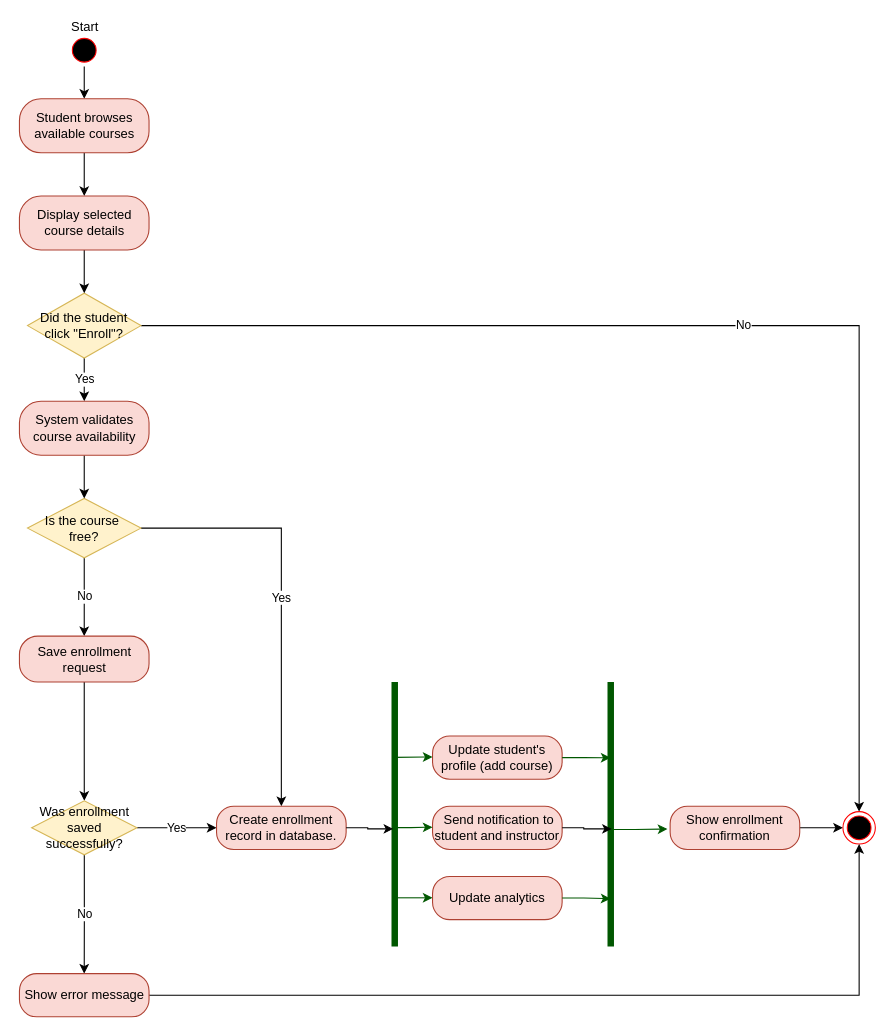
Earlier version of the draw.io diagram activity diagram.drawio (RodinaMohamed04/Lab6). Source tidied: cells renumbered, new cells numbered last; positions are measured from the earlier drawing's top-left corner, leaving out a move shared by most shapes. Both pictures are drawn from the tidied source at 108%, with x=0, y=0 at pixel (19, 33).
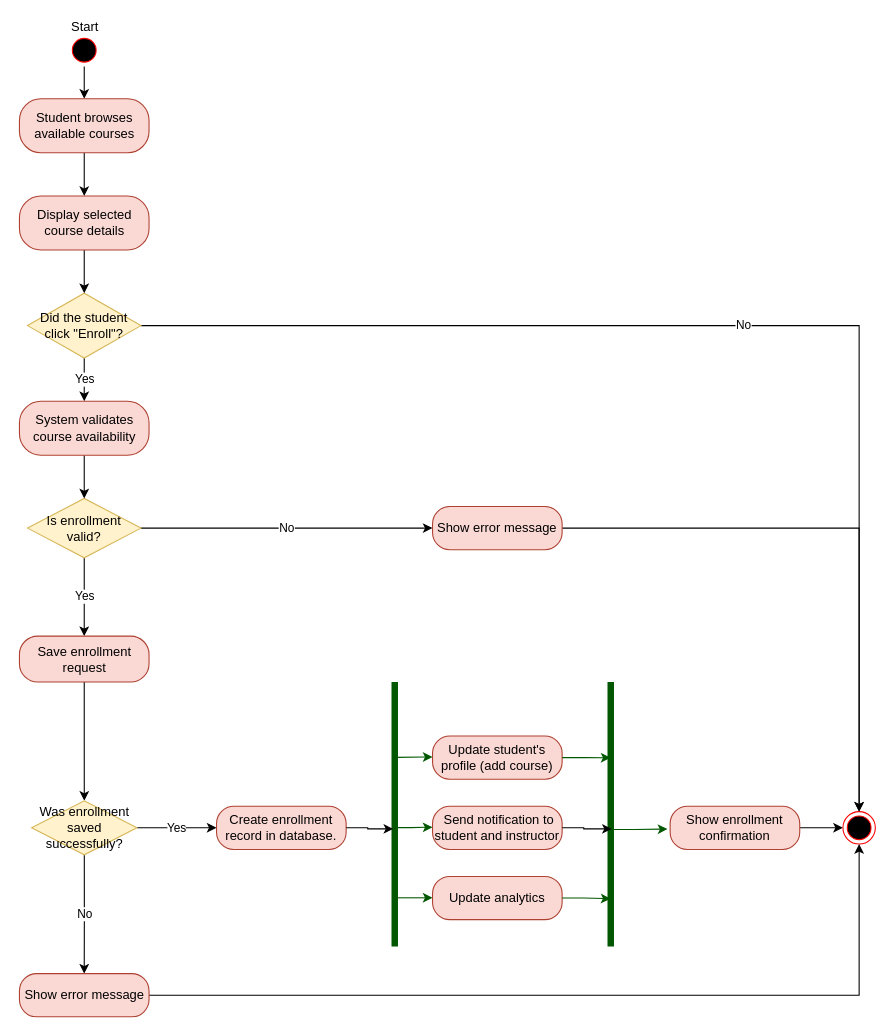
After the change.

Unchanged cells that the change refers to:
```xml
<mxCell id="21" value="Save enrollment request" style="rounded=1;whiteSpace=wrap;html=1;arcSize=40;fillColor=#fad9d5;strokeColor=#ae4132;" parent="1" vertex="1">
  <mxGeometry x="-0.5" y="557.5" width="120" height="42.5" as="geometry" />
</mxCell>
<mxCell id="25" value="Create enrollment record in database." style="rounded=1;whiteSpace=wrap;html=1;arcSize=40;fillColor=#fad9d5;strokeColor=#ae4132;" parent="1" vertex="1">
  <mxGeometry x="182" y="715" width="120" height="40" as="geometry" />
</mxCell>
<mxCell id="34" value="End" style="ellipse;html=1;shape=endState;fillColor=#000000;strokeColor=#ff0000;" parent="1" vertex="1">
  <mxGeometry x="762" y="720" width="30" height="30" as="geometry" />
</mxCell>
```

Diff of the diagram source:
```diff
@@
-    <mxCell id="10" value="No" style="edgeStyle=orthogonalEdgeStyle;rounded=0;jettySize=auto;html=1;exitX=1;exitY=0.5;exitDx=0;exitDy=0;entryX=0.5;entryY=0;entryDx=0;entryDy=0;" parent="1" edge="1" source="12" target="21">
+    <mxCell id="10" value="Yes" style="edgeStyle=orthogonalEdgeStyle;rounded=0;jettySize=auto;html=1;exitX=1;exitY=0.5;exitDx=0;exitDy=0;entryX=0.5;entryY=0;entryDx=0;entryDy=0;" parent="1" edge="1" source="12" target="21">
       <mxGeometry relative="1" as="geometry" />
     </mxCell>
-    <mxCell id="11" value="Yes" style="edgeStyle=orthogonalEdgeStyle;rounded=0;jettySize=auto;html=1;exitX=0.5;exitY=0;exitDx=0;exitDy=0;entryX=0.5;entryY=0;entryDx=0;entryDy=0;" parent="1" edge="1" source="12" target="25">
-      <mxGeometry relative="1" as="geometry" />
-    </mxCell>
+    <mxCell id="42" value="No" style="edgeStyle=orthogonalEdgeStyle;rounded=0;jettySize=auto;html=1;exitX=0.5;exitY=0;exitDx=0;exitDy=0;" parent="1" edge="1" source="12" target="44">
+      <mxGeometry relative="1" as="geometry" />
+    </mxCell>
-    <mxCell id="12" value="Is the course&amp;nbsp;&lt;div&gt;free?&lt;/div&gt;" style="rhombus;whiteSpace=wrap;html=1;fillColor=#fff2cc;strokeColor=#d6b656;direction=south;" parent="1" vertex="1">
+    <mxCell id="12" value="&lt;div&gt;Is enrollment valid?&lt;/div&gt;" style="rhombus;whiteSpace=wrap;html=1;fillColor=#fff2cc;strokeColor=#d6b656;direction=south;" parent="1" vertex="1">
       <mxGeometry x="7" y="430" width="105" height="55" as="geometry" />
     </mxCell>
@@
+    <mxCell id="43" style="edgeStyle=orthogonalEdgeStyle;rounded=0;jettySize=auto;html=1;exitX=1;exitY=0.5;exitDx=0;exitDy=0;entryX=0.5;entryY=0;entryDx=0;entryDy=0;" parent="1" edge="1" source="44" target="34">
+      <mxGeometry relative="1" as="geometry" />
+    </mxCell>
+    <mxCell id="44" value="Show error message" style="rounded=1;whiteSpace=wrap;html=1;arcSize=40;fillColor=#fad9d5;strokeColor=#ae4132;" parent="1" vertex="1">
+      <mxGeometry x="382" y="437.5" width="120" height="40" as="geometry" />
+    </mxCell>
```
